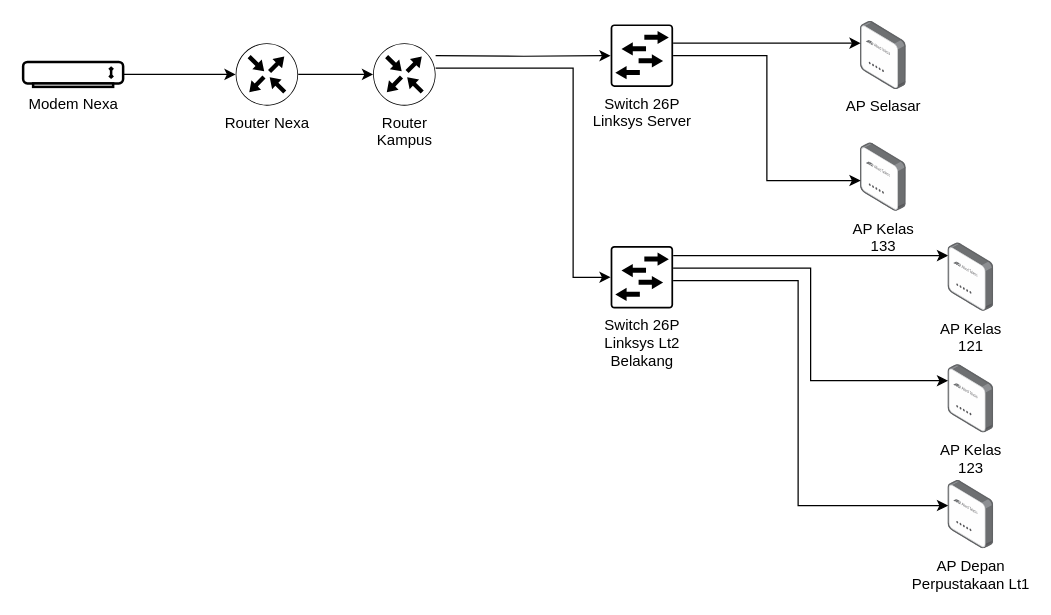
Before: Universitas Karangturi.drawio in hnkzf/topologi-site, a draw.io diagram. Source tidied: cells renumbered, new cells numbered last; positions are measured from the earlier drawing's top-left corner, leaving out a move shared by most shapes. Both pictures are drawn from the tidied source at 125%, with x=0, y=0 at pixel (22, 21).
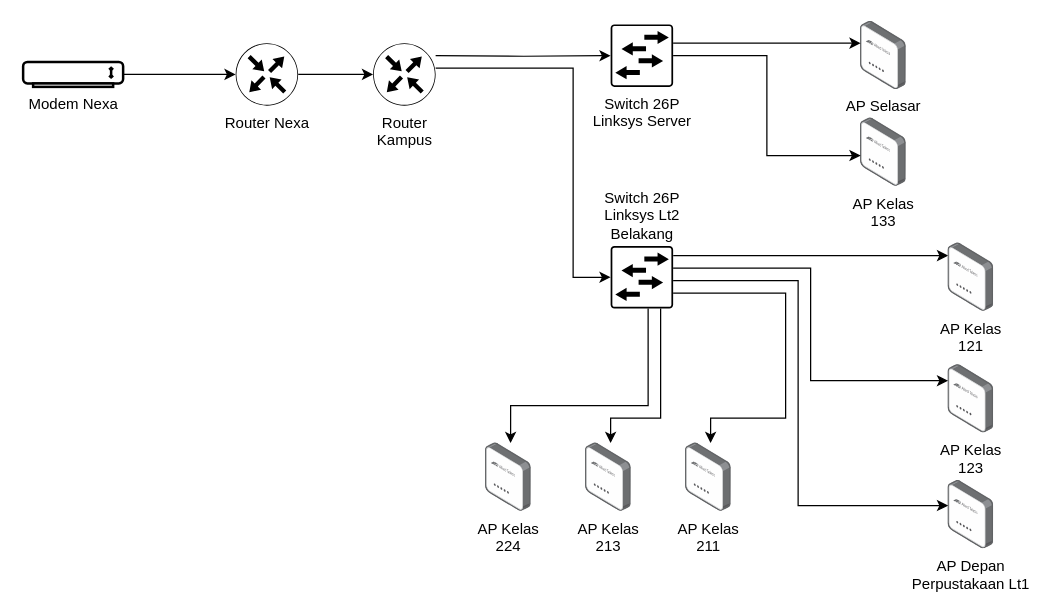
After the change.

Change to the diagram source:
```diff
@@
     <mxCell id="11" value="AP Kelas&lt;div&gt;133&lt;/div&gt;" style="image;points=[];html=1;align=center;shadow=0;dashed=0;image=img/lib/allied_telesis/wireless/Access_Point_Indoor.svg;labelBackgroundColor=none;" parent="1" vertex="1">
-      <mxGeometry x="670" y="97" width="36.6" height="54.6" as="geometry" />
+      <mxGeometry x="670" y="77" width="36.6" height="54.6" as="geometry" />
     </mxCell>
@@
-    <mxCell id="14" value="Switch 26P&lt;div&gt;Linksys Lt2&lt;/div&gt;&lt;div&gt;Belakang&lt;/div&gt;" style="sketch=0;points=[[0.015,0.015,0],[0.985,0.015,0],[0.985,0.985,0],[0.015,0.985,0],[0.25,0,0],[0.5,0,0],[0.75,0,0],[1,0.25,0],[1,0.5,0],[1,0.75,0],[0.75,1,0],[0.5,1,0],[0.25,1,0],[0,0.75,0],[0,0.5,0],[0,0.25,0]];verticalLabelPosition=bottom;html=1;verticalAlign=top;align=center;shape=mxgraph.cisco19.rect;prIcon=l2_switch;labelBackgroundColor=none;" parent="1" vertex="1">
+    <mxCell id="14" value="Switch 26P&lt;div&gt;Linksys Lt2&lt;/div&gt;&lt;div&gt;Belakang&lt;/div&gt;" style="sketch=0;points=[[0.015,0.015,0],[0.985,0.015,0],[0.985,0.985,0],[0.015,0.985,0],[0.25,0,0],[0.5,0,0],[0.75,0,0],[1,0.25,0],[1,0.5,0],[1,0.75,0],[0.75,1,0],[0.5,1,0],[0.25,1,0],[0,0.75,0],[0,0.5,0],[0,0.25,0]];verticalLabelPosition=top;html=1;verticalAlign=bottom;align=center;shape=mxgraph.cisco19.rect;prIcon=l2_switch;labelBackgroundColor=none;labelPosition=center;" parent="1" vertex="1">
       <mxGeometry x="470" y="179.3" width="50" height="50" as="geometry" />
     </mxCell>
@@
+    <mxCell id="21" value="AP Kelas&lt;div&gt;211&lt;/div&gt;" style="image;points=[];html=1;align=center;shadow=0;dashed=0;image=img/lib/allied_telesis/wireless/Access_Point_Indoor.svg;labelBackgroundColor=none;" parent="1" vertex="1">
+      <mxGeometry x="530" y="337" width="36.6" height="54.6" as="geometry" />
+    </mxCell>
+    <mxCell id="22" value="AP Kelas&lt;div&gt;213&lt;/div&gt;" style="image;html=1;align=center;shadow=0;dashed=0;image=img/lib/allied_telesis/wireless/Access_Point_Indoor.svg;labelBackgroundColor=none;" parent="1" vertex="1">
+      <mxGeometry x="450" y="337" width="36.6" height="54.6" as="geometry" />
+    </mxCell>
+    <mxCell id="23" value="AP Kelas&lt;div&gt;224&lt;/div&gt;" style="image;points=[];html=1;align=center;shadow=0;dashed=0;image=img/lib/allied_telesis/wireless/Access_Point_Indoor.svg;labelBackgroundColor=none;" parent="1" vertex="1">
+      <mxGeometry x="370" y="337" width="36.6" height="54.6" as="geometry" />
+    </mxCell>
+    <mxCell id="24" style="edgeStyle=orthogonalEdgeStyle;rounded=0;jettySize=auto;html=1;entryX=0.546;entryY=0;entryDx=0;entryDy=0;entryPerimeter=0;" parent="1" edge="1" source="14" target="21">
+      <mxGeometry relative="1" as="geometry">
+        <Array as="points">
+          <mxPoint x="610" y="217" />
+          <mxPoint x="610" y="317" />
+          <mxPoint x="550" y="317" />
+        </Array>
+      </mxGeometry>
+    </mxCell>
+    <mxCell id="25" style="edgeStyle=orthogonalEdgeStyle;rounded=0;orthogonalLoop=1;jettySize=auto;html=1;entryX=0.546;entryY=0;entryDx=0;entryDy=0;entryPerimeter=0;" parent="1" edge="1">
+      <mxGeometry relative="1" as="geometry">
+        <mxPoint x="510" y="229.3" as="sourcePoint" />
+        <mxPoint x="470" y="337" as="targetPoint" />
+        <Array as="points">
+          <mxPoint x="510" y="317" />
+          <mxPoint x="470" y="317" />
+        </Array>
+      </mxGeometry>
+    </mxCell>
+    <mxCell id="26" style="edgeStyle=orthogonalEdgeStyle;rounded=0;jettySize=auto;html=1;entryX=0.546;entryY=0;entryDx=0;entryDy=0;entryPerimeter=0;" parent="1" edge="1" source="14" target="23">
+      <mxGeometry relative="1" as="geometry">
+        <Array as="points">
+          <mxPoint x="500" y="307" />
+          <mxPoint x="390" y="307" />
+        </Array>
+      </mxGeometry>
+    </mxCell>
```
